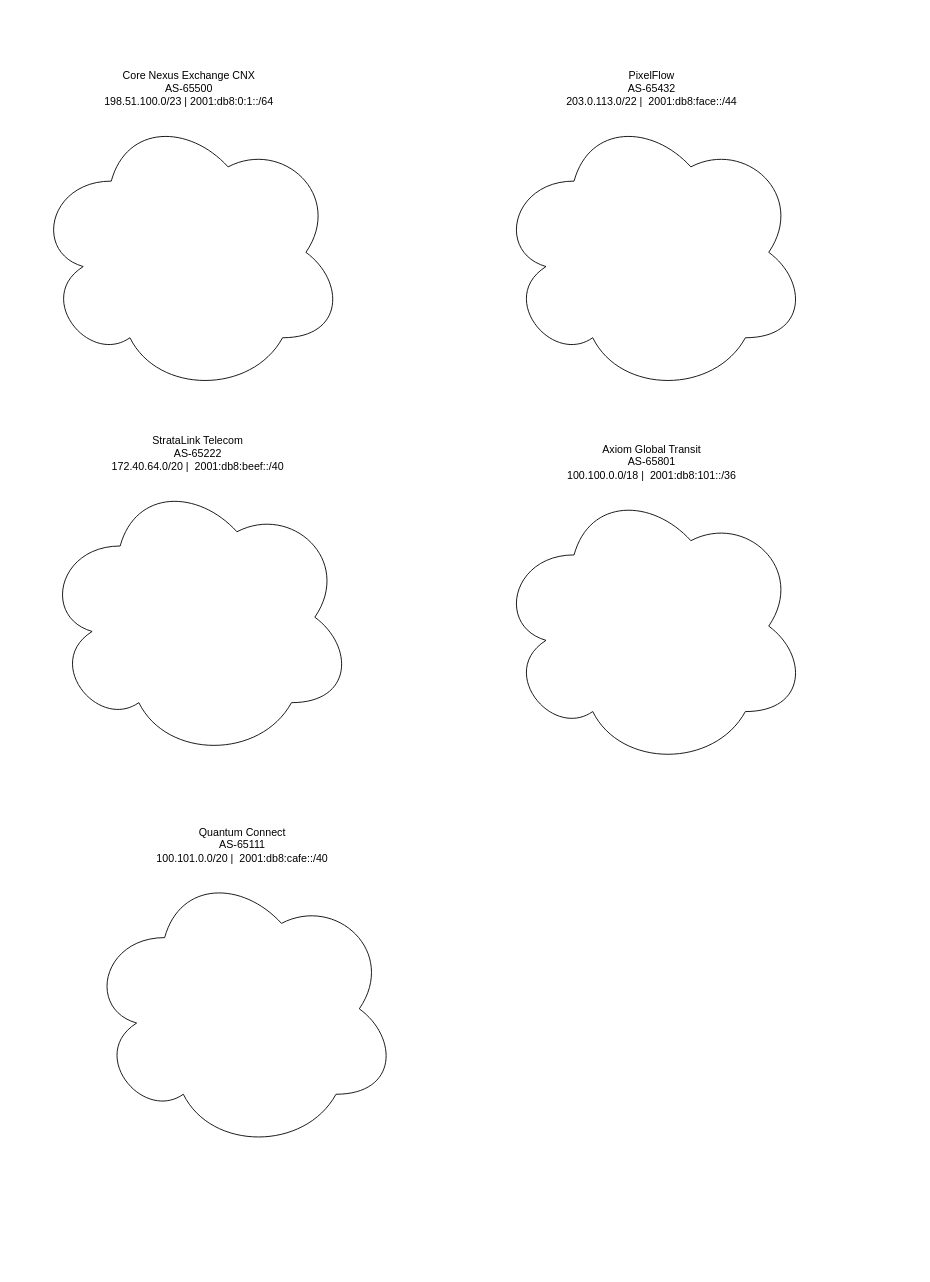
Earlier version of the draw.io diagram patchwork_internet_emulator.drawio (PatchworkHorse/InternetEmulator). Source tidied: cells renumbered, new cells numbered last; positions are measured from the earlier drawing's top-left corner, leaving out a move shared by most shapes. Both pictures are drawn from the tidied source at 89%, with x=0, y=0 at pixel (33, 109).
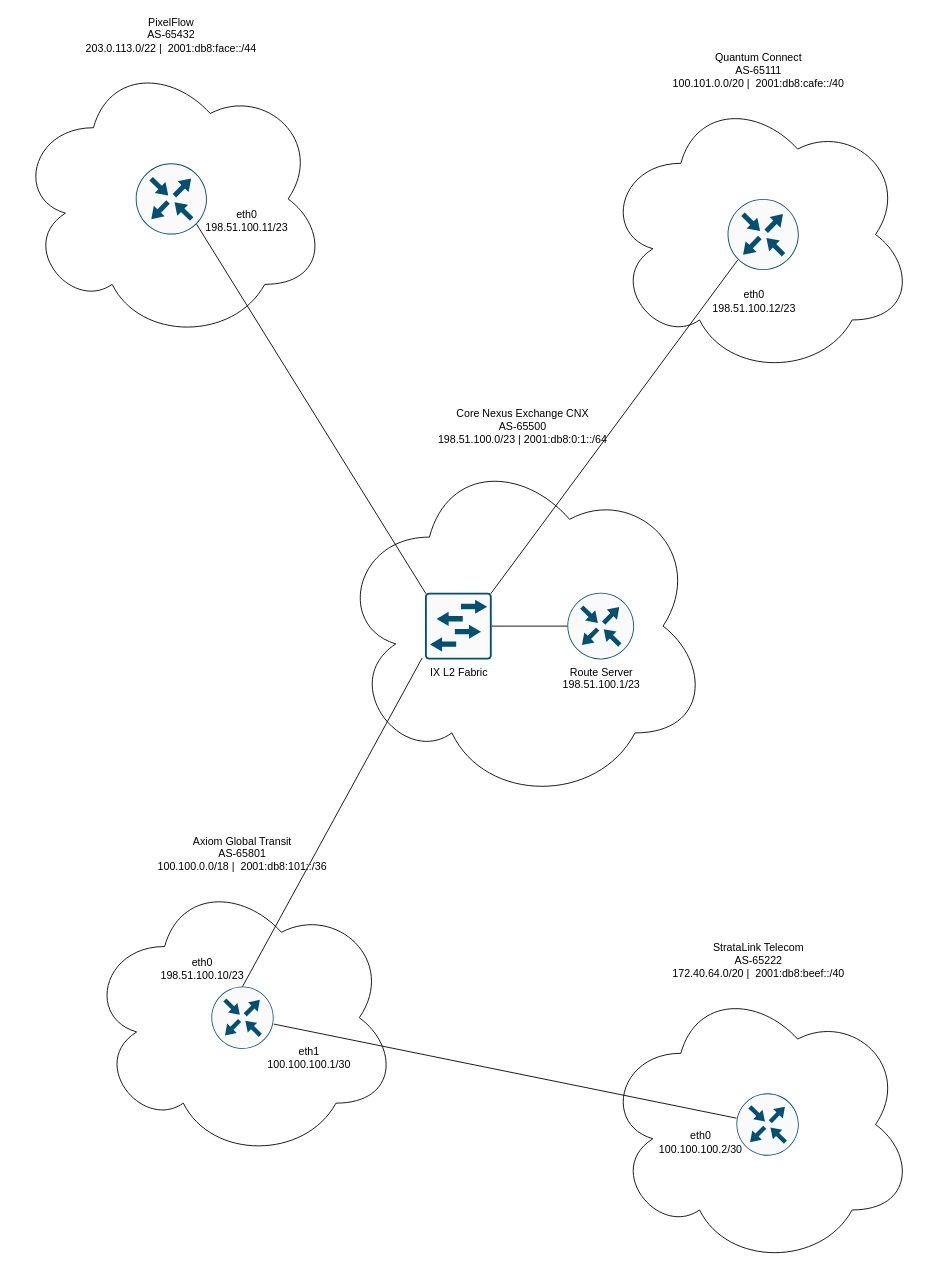
The same diagram, later.

The edit, as a diff of the source:
```diff
@@
+    <mxCell id="7" style="group;" parent="1" vertex="1">
+      <mxGeometry x="640" y="-20" width="350" height="320" as="geometry" />
+    </mxCell>
+    <mxCell id="6" value="&lt;div&gt;&lt;span style=&quot;background-color: transparent; color: light-dark(rgb(0, 0, 0), rgb(255, 255, 255));&quot;&gt;Quantum Connect&lt;/span&gt;&lt;/div&gt;&lt;div&gt;&lt;span style=&quot;background-color: transparent; color: light-dark(rgb(0, 0, 0), rgb(255, 255, 255));&quot;&gt;AS-65111&lt;/span&gt;&lt;/div&gt;&lt;div&gt;&lt;span style=&quot;background-color: transparent; color: light-dark(rgb(0, 0, 0), rgb(255, 255, 255));&quot;&gt;100.101.0.0/20&lt;/span&gt;&lt;span style=&quot;background-color: transparent; color: light-dark(rgb(0, 0, 0), rgb(255, 255, 255));&quot;&gt;&amp;nbsp;|&amp;nbsp;&amp;nbsp;&lt;/span&gt;&lt;span style=&quot;background-color: transparent; color: light-dark(rgb(0, 0, 0), rgb(255, 255, 255));&quot;&gt;2001:db8:cafe::/40&lt;/span&gt;&lt;/div&gt;" style="ellipse;shape=cloud;whiteSpace=wrap;html=1;horizontal=1;labelPosition=center;verticalLabelPosition=top;align=center;verticalAlign=bottom;" parent="7" vertex="1">
+      <mxGeometry width="350" height="320" as="geometry" />
+    </mxCell>
+    <mxCell id="8" style="sketch=0;points=[[0.5,0,0],[1,0.5,0],[0.5,1,0],[0,0.5,0],[0.145,0.145,0],[0.8555,0.145,0],[0.855,0.8555,0],[0.145,0.855,0]];verticalLabelPosition=bottom;html=1;verticalAlign=top;align=center;shape=mxgraph.cisco19.rect;prIcon=router;fillColor=#FAFAFA;strokeColor=#005073;" parent="7" vertex="1">
+      <mxGeometry x="140" y="120" width="80" height="80" as="geometry" />
+    </mxCell>
+    <mxCell id="9" value="&lt;div&gt;eth0&lt;/div&gt;&lt;span style=&quot;text-wrap-mode: nowrap;&quot;&gt;198.51.100.12/23&lt;/span&gt;" style="text;strokeColor=none;align=center;fillColor=none;html=1;verticalAlign=middle;whiteSpace=wrap;rounded=0;" parent="7" vertex="1">
+      <mxGeometry x="140" y="220" width="60" height="30" as="geometry" />
+    </mxCell>
+    <mxCell id="10" style="group;" parent="1" vertex="1">
+      <mxGeometry x="340" y="380" width="420" height="400" as="geometry" />
+    </mxCell>
-    <mxCell id="2" value="Core Nexus Exchange CNX&lt;div&gt;AS-65500&lt;/div&gt;&lt;div&gt;198.51.100.0/23 |&amp;nbsp;2001:db8:0:1::/64&lt;/div&gt;" style="ellipse;shape=cloud;whiteSpace=wrap;html=1;horizontal=1;labelPosition=center;verticalLabelPosition=top;align=center;verticalAlign=bottom;" parent="1" vertex="1">
-      <mxGeometry width="350" height="320" as="geometry" />
+    <mxCell id="2" value="Core Nexus Exchange CNX&lt;div&gt;AS-65500&lt;/div&gt;&lt;div&gt;198.51.100.0/23 |&amp;nbsp;2001:db8:0:1::/64&lt;/div&gt;" style="ellipse;shape=cloud;whiteSpace=wrap;html=1;horizontal=1;labelPosition=center;verticalLabelPosition=top;align=center;verticalAlign=bottom;" parent="10" vertex="1">
+      <mxGeometry width="420" height="400" as="geometry" />
     </mxCell>
+    <mxCell id="11" value="&lt;div&gt;Route Server&lt;/div&gt;198.51.100.1/23" style="sketch=0;points=[[0.5,0,0],[1,0.5,0],[0.5,1,0],[0,0.5,0],[0.145,0.145,0],[0.8555,0.145,0],[0.855,0.8555,0],[0.145,0.855,0]];verticalLabelPosition=bottom;html=1;verticalAlign=top;align=center;shape=mxgraph.cisco19.rect;prIcon=router;fillColor=#FAFAFA;strokeColor=#005073;" parent="10" vertex="1">
+      <mxGeometry x="260" y="162.5" width="75" height="75" as="geometry" />
+    </mxCell>
+    <mxCell id="12" value="IX L2 Fabric" style="sketch=0;points=[[0.015,0.015,0],[0.985,0.015,0],[0.985,0.985,0],[0.015,0.985,0],[0.25,0,0],[0.5,0,0],[0.75,0,0],[1,0.25,0],[1,0.5,0],[1,0.75,0],[0.75,1,0],[0.5,1,0],[0.25,1,0],[0,0.75,0],[0,0.5,0],[0,0.25,0]];verticalLabelPosition=bottom;html=1;verticalAlign=top;align=center;shape=mxgraph.cisco19.rect;prIcon=l2_switch;fillColor=#FAFAFA;strokeColor=#005073;" parent="10" vertex="1">
+      <mxGeometry x="100" y="162.5" width="75" height="75" as="geometry" />
+    </mxCell>
+    <mxCell id="13" style="endArrow=none;html=1;rounded=0;exitX=0;exitY=0.5;exitDx=0;exitDy=0;exitPerimeter=0;entryX=1;entryY=0.5;entryDx=0;entryDy=0;entryPerimeter=0;" parent="10" edge="1" source="11" target="12">
+      <mxGeometry relative="1" as="geometry" />
+    </mxCell>
+    <mxCell id="14" style="endArrow=none;html=1;rounded=0;exitX=0.985;exitY=0.015;exitDx=0;exitDy=0;exitPerimeter=0;entryX=0.145;entryY=0.855;entryDx=0;entryDy=0;entryPerimeter=0;" parent="1" edge="1" source="12" target="8">
+      <mxGeometry relative="1" as="geometry" />
+    </mxCell>
+    <mxCell id="15" style="group;" parent="1" vertex="1">
+      <mxGeometry x="640" y="980" width="350" height="320" as="geometry" />
+    </mxCell>
+    <mxCell id="4" value="&lt;div&gt;StrataLink Telecom&lt;/div&gt;&lt;div&gt;AS-65222&lt;/div&gt;&lt;div&gt;172.40.64.0/20 |&amp;nbsp;&amp;nbsp;2001:db8:beef::/40&lt;/div&gt;" style="ellipse;shape=cloud;whiteSpace=wrap;html=1;horizontal=1;labelPosition=center;verticalLabelPosition=top;align=center;verticalAlign=bottom;" parent="15" vertex="1">
+      <mxGeometry width="350" height="320" as="geometry" />
+    </mxCell>
+    <mxCell id="16" style="sketch=0;points=[[0.5,0,0],[1,0.5,0],[0.5,1,0],[0,0.5,0],[0.145,0.145,0],[0.8555,0.145,0],[0.855,0.8555,0],[0.145,0.855,0]];verticalLabelPosition=bottom;html=1;verticalAlign=top;align=center;shape=mxgraph.cisco19.rect;prIcon=router;fillColor=#FAFAFA;strokeColor=#005073;" parent="15" vertex="1">
+      <mxGeometry x="150" y="125" width="70" height="70" as="geometry" />
+    </mxCell>
+    <mxCell id="17" value="&lt;div&gt;eth0&lt;/div&gt;100.100.100.2/30" style="text;strokeColor=none;align=center;fillColor=none;html=1;verticalAlign=middle;whiteSpace=wrap;rounded=0;" parent="15" vertex="1">
+      <mxGeometry x="80" y="165" width="60" height="30" as="geometry" />
+    </mxCell>
+    <mxCell id="18" style="group;" parent="1" vertex="1">
+      <mxGeometry x="60" y="860" width="350" height="320" as="geometry" />
+    </mxCell>
+    <mxCell id="5" value="&lt;div&gt;&lt;span style=&quot;background-color: transparent; color: light-dark(rgb(0, 0, 0), rgb(255, 255, 255));&quot;&gt;Axiom Global Transit&lt;/span&gt;&lt;/div&gt;&lt;div&gt;&lt;span style=&quot;background-color: transparent; color: light-dark(rgb(0, 0, 0), rgb(255, 255, 255));&quot;&gt;AS-65801&lt;/span&gt;&lt;/div&gt;&lt;div&gt;&lt;span style=&quot;background-color: transparent; color: light-dark(rgb(0, 0, 0), rgb(255, 255, 255));&quot;&gt;100.100.0.0/18&lt;/span&gt;&amp;nbsp;|&amp;nbsp;&amp;nbsp;2001:db8:101::/36&lt;/div&gt;" style="ellipse;shape=cloud;whiteSpace=wrap;html=1;horizontal=1;labelPosition=center;verticalLabelPosition=top;align=center;verticalAlign=bottom;" parent="18" vertex="1">
+      <mxGeometry width="350" height="320" as="geometry" />
+    </mxCell>
+    <mxCell id="19" style="sketch=0;points=[[0.5,0,0],[1,0.5,0],[0.5,1,0],[0,0.5,0],[0.145,0.145,0],[0.8555,0.145,0],[0.855,0.8555,0],[0.145,0.855,0]];verticalLabelPosition=bottom;html=1;verticalAlign=top;align=center;shape=mxgraph.cisco19.rect;prIcon=router;fillColor=#FAFAFA;strokeColor=#005073;" parent="18" vertex="1">
+      <mxGeometry x="140" y="125" width="70" height="70" as="geometry" />
+    </mxCell>
+    <mxCell id="20" value="&lt;div&gt;eth0&lt;/div&gt;198.51.100.10/23" style="text;strokeColor=none;align=center;fillColor=none;html=1;verticalAlign=middle;whiteSpace=wrap;rounded=0;" parent="18" vertex="1">
+      <mxGeometry x="100" y="90" width="60" height="30" as="geometry" />
+    </mxCell>
+    <mxCell id="21" value="&lt;div&gt;eth1&lt;/div&gt;100.100.100.1/30" style="text;strokeColor=none;align=center;fillColor=none;html=1;verticalAlign=middle;whiteSpace=wrap;rounded=0;" parent="18" vertex="1">
+      <mxGeometry x="220" y="190" width="60" height="30" as="geometry" />
+    </mxCell>
+    <mxCell id="22" style="endArrow=none;html=1;rounded=0;exitX=0.5;exitY=0;exitDx=0;exitDy=0;exitPerimeter=0;entryX=-0.042;entryY=0.977;entryDx=0;entryDy=0;entryPerimeter=0;" parent="1" edge="1" source="19" target="12">
+      <mxGeometry relative="1" as="geometry" />
+    </mxCell>
+    <mxCell id="23" style="endArrow=none;html=1;rounded=0;" parent="1" edge="1" source="16" target="19">
+      <mxGeometry relative="1" as="geometry" />
+    </mxCell>
+    <mxCell id="24" style="group;" parent="1" vertex="1">
+      <mxGeometry x="-20" y="-60" width="350" height="320" as="geometry" />
+    </mxCell>
+    <mxCell id="25" style="group;" parent="24" vertex="1">
+      <mxGeometry width="350" height="320" as="geometry" />
+    </mxCell>
-    <mxCell id="3" value="&lt;div&gt;PixelFlow&lt;/div&gt;&lt;div&gt;AS-65432&lt;/div&gt;&lt;div&gt;203.0.113.0/22 |&amp;nbsp;&amp;nbsp;2001:db8:face::/44&lt;/div&gt;" style="ellipse;shape=cloud;whiteSpace=wrap;html=1;horizontal=1;labelPosition=center;verticalLabelPosition=top;align=center;verticalAlign=bottom;" parent="1" vertex="1">
-      <mxGeometry x="520" width="350" height="320" as="geometry" />
+    <mxCell id="3" value="&lt;div&gt;PixelFlow&lt;/div&gt;&lt;div&gt;AS-65432&lt;/div&gt;&lt;div&gt;203.0.113.0/22 |&amp;nbsp;&amp;nbsp;2001:db8:face::/44&lt;/div&gt;" style="ellipse;shape=cloud;whiteSpace=wrap;html=1;horizontal=1;labelPosition=center;verticalLabelPosition=top;align=center;verticalAlign=bottom;" parent="25" vertex="1">
+      <mxGeometry width="350" height="320" as="geometry" />
     </mxCell>
-    <mxCell id="4" value="&lt;div&gt;StrataLink Telecom&lt;/div&gt;&lt;div&gt;AS-65222&lt;/div&gt;&lt;div&gt;172.40.64.0/20 |&amp;nbsp;&amp;nbsp;2001:db8:beef::/40&lt;/div&gt;" style="ellipse;shape=cloud;whiteSpace=wrap;html=1;horizontal=1;labelPosition=center;verticalLabelPosition=top;align=center;verticalAlign=bottom;" parent="1" vertex="1">
-      <mxGeometry x="10" y="410" width="350" height="320" as="geometry" />
-    </mxCell>
-    <mxCell id="5" value="&lt;div&gt;&lt;span style=&quot;background-color: transparent; color: light-dark(rgb(0, 0, 0), rgb(255, 255, 255));&quot;&gt;Axiom Global Transit&lt;/span&gt;&lt;/div&gt;&lt;div&gt;&lt;span style=&quot;background-color: transparent; color: light-dark(rgb(0, 0, 0), rgb(255, 255, 255));&quot;&gt;AS-65801&lt;/span&gt;&lt;/div&gt;&lt;div&gt;&lt;span style=&quot;background-color: transparent; color: light-dark(rgb(0, 0, 0), rgb(255, 255, 255));&quot;&gt;100.100.0.0/18&lt;/span&gt;&amp;nbsp;|&amp;nbsp;&amp;nbsp;2001:db8:101::/36&lt;/div&gt;" style="ellipse;shape=cloud;whiteSpace=wrap;html=1;horizontal=1;labelPosition=center;verticalLabelPosition=top;align=center;verticalAlign=bottom;" parent="1" vertex="1">
-      <mxGeometry x="520" y="420" width="350" height="320" as="geometry" />
-    </mxCell>
-    <mxCell id="6" value="&lt;div&gt;&lt;span style=&quot;background-color: transparent; color: light-dark(rgb(0, 0, 0), rgb(255, 255, 255));&quot;&gt;Quantum Connect&lt;/span&gt;&lt;/div&gt;&lt;div&gt;&lt;span style=&quot;background-color: transparent; color: light-dark(rgb(0, 0, 0), rgb(255, 255, 255));&quot;&gt;AS-65111&lt;/span&gt;&lt;/div&gt;&lt;div&gt;&lt;span style=&quot;background-color: transparent; color: light-dark(rgb(0, 0, 0), rgb(255, 255, 255));&quot;&gt;100.101.0.0/20&lt;/span&gt;&lt;span style=&quot;background-color: transparent; color: light-dark(rgb(0, 0, 0), rgb(255, 255, 255));&quot;&gt;&amp;nbsp;|&amp;nbsp;&amp;nbsp;&lt;/span&gt;&lt;span style=&quot;background-color: transparent; color: light-dark(rgb(0, 0, 0), rgb(255, 255, 255));&quot;&gt;2001:db8:cafe::/40&lt;/span&gt;&lt;/div&gt;" style="ellipse;shape=cloud;whiteSpace=wrap;html=1;horizontal=1;labelPosition=center;verticalLabelPosition=top;align=center;verticalAlign=bottom;" parent="1" vertex="1">
-      <mxGeometry x="60" y="850" width="350" height="320" as="geometry" />
-    </mxCell>
+    <mxCell id="26" style="sketch=0;points=[[0.5,0,0],[1,0.5,0],[0.5,1,0],[0,0.5,0],[0.145,0.145,0],[0.8555,0.145,0],[0.855,0.8555,0],[0.145,0.855,0]];verticalLabelPosition=bottom;html=1;verticalAlign=top;align=center;shape=mxgraph.cisco19.rect;prIcon=router;fillColor=#FAFAFA;strokeColor=#005073;" parent="25" vertex="1">
+      <mxGeometry x="135" y="120" width="80" height="80" as="geometry" />
+    </mxCell>
+    <mxCell id="27" value="&lt;div&gt;eth0&lt;/div&gt;&lt;span style=&quot;text-wrap-mode: nowrap;&quot;&gt;198.51.100.11/23&lt;/span&gt;" style="text;strokeColor=none;align=center;fillColor=none;html=1;verticalAlign=middle;whiteSpace=wrap;rounded=0;" parent="25" vertex="1">
+      <mxGeometry x="230" y="170" width="60" height="30" as="geometry" />
+    </mxCell>
+    <mxCell id="28" style="endArrow=none;html=1;rounded=0;exitX=0.855;exitY=0.8555;exitDx=0;exitDy=0;exitPerimeter=0;entryX=0.015;entryY=0.015;entryDx=0;entryDy=0;entryPerimeter=0;" parent="1" edge="1" source="26" target="12">
+      <mxGeometry relative="1" as="geometry" />
+    </mxCell>
```
